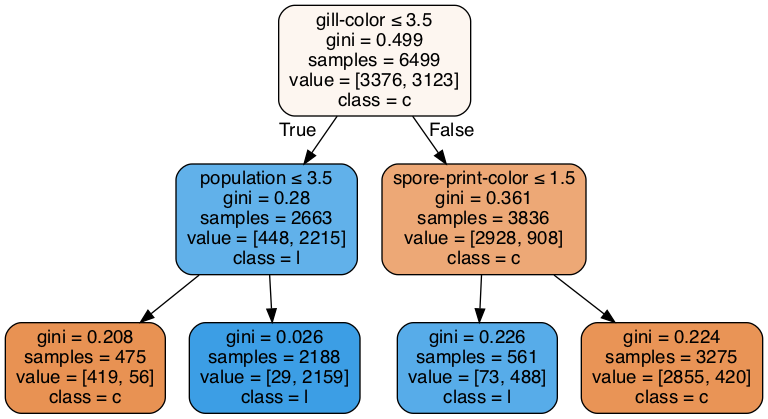
Above: Lab02/clf-max-depth-2.gv.png in anhle199/Intro2AI-HCMUS (Graphviz), before the change. Its source is kept beside it as Lab02/clf-max-depth-2.gv.
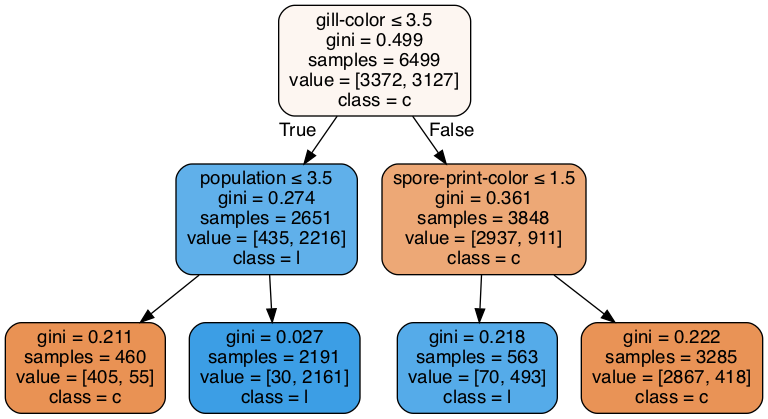
After the change.

What changed in the source:
```diff
@@ -1,17 +1,17 @@
 digraph Tree {
 node [shape=box, style="filled, rounded", color="black", fontname=helvetica] ;
 edge [fontname=helvetica] ;
-0 [label=<gill-color &le; 3.5<br/>gini = 0.499<br/>samples = 6499<br/>value = [3376, 3123]<br/>class = c>, fillcolor="#fdf6f0"] ;
-1 [label=<population &le; 3.5<br/>gini = 0.28<br/>samples = 2663<br/>value = [448, 2215]<br/>class = l>, fillcolor="#61b1ea"] ;
+0 [label=<gill-color &le; 3.5<br/>gini = 0.499<br/>samples = 6499<br/>value = [3372, 3127]<br/>class = c>, fillcolor="#fdf6f1"] ;
+1 [label=<population &le; 3.5<br/>gini = 0.274<br/>samples = 2651<br/>value = [435, 2216]<br/>class = l>, fillcolor="#60b0ea"] ;
 0 -> 1 [labeldistance=2.5, labelangle=45, headlabel="True"] ;
-2 [label=<gini = 0.208<br/>samples = 475<br/>value = [419, 56]<br/>class = c>, fillcolor="#e89253"] ;
+2 [label=<gini = 0.211<br/>samples = 460<br/>value = [405, 55]<br/>class = c>, fillcolor="#e99254"] ;
 1 -> 2 ;
-3 [label=<gini = 0.026<br/>samples = 2188<br/>value = [29, 2159]<br/>class = l>, fillcolor="#3c9ee5"] ;
+3 [label=<gini = 0.027<br/>samples = 2191<br/>value = [30, 2161]<br/>class = l>, fillcolor="#3c9ee5"] ;
 1 -> 3 ;
-4 [label=<spore-print-color &le; 1.5<br/>gini = 0.361<br/>samples = 3836<br/>value = [2928, 908]<br/>class = c>, fillcolor="#eda876"] ;
+4 [label=<spore-print-color &le; 1.5<br/>gini = 0.361<br/>samples = 3848<br/>value = [2937, 911]<br/>class = c>, fillcolor="#eda876"] ;
 0 -> 4 [labeldistance=2.5, labelangle=-45, headlabel="False"] ;
-5 [label=<gini = 0.226<br/>samples = 561<br/>value = [73, 488]<br/>class = l>, fillcolor="#57ace9"] ;
+5 [label=<gini = 0.218<br/>samples = 563<br/>value = [70, 493]<br/>class = l>, fillcolor="#55abe9"] ;
 4 -> 5 ;
-6 [label=<gini = 0.224<br/>samples = 3275<br/>value = [2855, 420]<br/>class = c>, fillcolor="#e99456"] ;
+6 [label=<gini = 0.222<br/>samples = 3285<br/>value = [2867, 418]<br/>class = c>, fillcolor="#e99356"] ;
 4 -> 6 ;
 }
```
